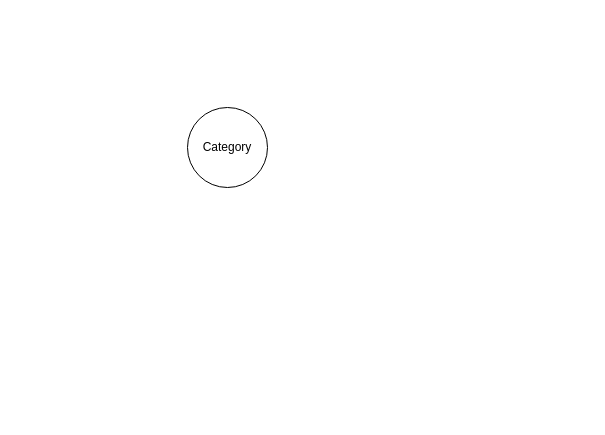
ganisback/draw.io keeps this draw.io diagram as assets/Untitled Diagram.drawio. Above is the earlier version. Source tidied: cells renumbered, new cells numbered last; positions are measured from the earlier drawing's top-left corner, leaving out a move shared by most shapes. Both pictures are drawn from the tidied source at 100%, with x=0, y=0 at pixel (187, 107).
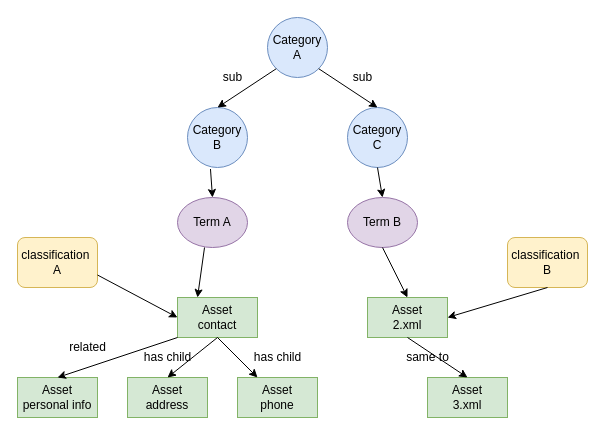
Above is the later version.

The edit, as a diff of the source:
```diff
@@
-    <mxCell id="2" value="Category" style="ellipse;whiteSpace=wrap;html=1;" parent="1" vertex="1">
-      <mxGeometry width="80" height="80" as="geometry" />
+    <mxCell id="2" value="Category&lt;br&gt;B" style="ellipse;whiteSpace=wrap;html=1;fillColor=#dae8fc;strokeColor=#6c8ebf;" parent="1" vertex="1">
+      <mxGeometry width="60" height="60" as="geometry" />
     </mxCell>
+    <mxCell id="3" value="Term A" style="ellipse;whiteSpace=wrap;html=1;fillColor=#e1d5e7;strokeColor=#9673a6;" parent="1" vertex="1">
+      <mxGeometry x="-10" y="90" width="70" height="50" as="geometry" />
+    </mxCell>
+    <mxCell id="4" value="Term B" style="ellipse;whiteSpace=wrap;html=1;fillColor=#e1d5e7;strokeColor=#9673a6;" parent="1" vertex="1">
+      <mxGeometry x="160" y="90" width="70" height="50" as="geometry" />
+    </mxCell>
+    <mxCell id="5" value="Asset&lt;br&gt;contact" style="rounded=0;whiteSpace=wrap;html=1;fillColor=#d5e8d4;strokeColor=#82b366;" parent="1" vertex="1">
+      <mxGeometry x="-10" y="190" width="80" height="40" as="geometry" />
+    </mxCell>
+    <mxCell id="6" value="Asset&lt;br&gt;2.xml" style="rounded=0;whiteSpace=wrap;html=1;fillColor=#d5e8d4;strokeColor=#82b366;" parent="1" vertex="1">
+      <mxGeometry x="180" y="190" width="80" height="40" as="geometry" />
+    </mxCell>
+    <mxCell id="7" value="Asset&lt;br&gt;address" style="rounded=0;whiteSpace=wrap;html=1;fillColor=#d5e8d4;strokeColor=#82b366;" parent="1" vertex="1">
+      <mxGeometry x="-60" y="270" width="80" height="40" as="geometry" />
+    </mxCell>
+    <mxCell id="8" value="Asset&lt;br&gt;phone" style="rounded=0;whiteSpace=wrap;html=1;fillColor=#d5e8d4;strokeColor=#82b366;" parent="1" vertex="1">
+      <mxGeometry x="50" y="270" width="80" height="40" as="geometry" />
+    </mxCell>
+    <mxCell id="9" style="endArrow=classic;html=1;rounded=0;exitX=0.5;exitY=1;exitDx=0;exitDy=0;entryX=0.5;entryY=0;entryDx=0;entryDy=0;" parent="1" edge="1" source="5" target="7">
+      <mxGeometry relative="1" as="geometry" />
+    </mxCell>
+    <mxCell id="10" value="has child" style="text;html=1;align=center;verticalAlign=middle;strokeColor=none;fillColor=none;" parent="1" vertex="1">
+      <mxGeometry x="-50" y="240" width="60" height="20" as="geometry" />
+    </mxCell>
+    <mxCell id="11" style="endArrow=classic;html=1;rounded=0;exitX=0.5;exitY=1;exitDx=0;exitDy=0;entryX=0.25;entryY=0;entryDx=0;entryDy=0;" parent="1" edge="1" source="5" target="8">
+      <mxGeometry relative="1" as="geometry" />
+    </mxCell>
+    <mxCell id="12" value="has child" style="text;html=1;align=center;verticalAlign=middle;strokeColor=none;fillColor=none;" parent="1" vertex="1">
+      <mxGeometry x="60" y="240" width="60" height="20" as="geometry" />
+    </mxCell>
+    <mxCell id="13" style="endArrow=classic;html=1;rounded=0;exitX=0.386;exitY=1;exitDx=0;exitDy=0;exitPerimeter=0;entryX=0.25;entryY=0;entryDx=0;entryDy=0;" parent="1" edge="1" source="3" target="5">
+      <mxGeometry relative="1" as="geometry" />
+    </mxCell>
+    <mxCell id="14" style="endArrow=classic;html=1;rounded=0;exitX=0.5;exitY=1;exitDx=0;exitDy=0;entryX=0.5;entryY=0;entryDx=0;entryDy=0;" parent="1" edge="1" source="4" target="6">
+      <mxGeometry relative="1" as="geometry" />
+    </mxCell>
+    <mxCell id="15" value="Asset&lt;br&gt;personal info" style="rounded=0;whiteSpace=wrap;html=1;fillColor=#d5e8d4;strokeColor=#82b366;" parent="1" vertex="1">
+      <mxGeometry x="-170" y="270" width="80" height="40" as="geometry" />
+    </mxCell>
+    <mxCell id="16" style="endArrow=classic;html=1;rounded=0;exitX=0;exitY=1;exitDx=0;exitDy=0;entryX=0.5;entryY=0;entryDx=0;entryDy=0;" parent="1" edge="1" source="5" target="15">
+      <mxGeometry relative="1" as="geometry" />
+    </mxCell>
+    <mxCell id="17" value="related" style="text;html=1;align=center;verticalAlign=middle;strokeColor=none;fillColor=none;" parent="1" vertex="1">
+      <mxGeometry x="-125" y="230" width="50" height="20" as="geometry" />
+    </mxCell>
+    <mxCell id="18" value="Asset&lt;br&gt;3.xml" style="rounded=0;whiteSpace=wrap;html=1;fillColor=#d5e8d4;strokeColor=#82b366;" parent="1" vertex="1">
+      <mxGeometry x="240" y="270" width="80" height="40" as="geometry" />
+    </mxCell>
+    <mxCell id="19" style="endArrow=classic;html=1;rounded=0;exitX=0.5;exitY=1;exitDx=0;exitDy=0;entryX=0.5;entryY=0;entryDx=0;entryDy=0;" parent="1" edge="1" source="6" target="18">
+      <mxGeometry relative="1" as="geometry" />
+    </mxCell>
+    <mxCell id="20" value="same to" style="text;html=1;align=center;verticalAlign=middle;strokeColor=none;fillColor=none;" parent="1" vertex="1">
+      <mxGeometry x="210" y="240" width="60" height="20" as="geometry" />
+    </mxCell>
+    <mxCell id="21" value="classification&amp;nbsp;&lt;br&gt;A" style="rounded=1;whiteSpace=wrap;html=1;fillColor=#fff2cc;strokeColor=#d6b656;" parent="1" vertex="1">
+      <mxGeometry x="-170" y="130" width="80" height="50" as="geometry" />
+    </mxCell>
+    <mxCell id="22" value="classification&amp;nbsp;&lt;br&gt;B" style="rounded=1;whiteSpace=wrap;html=1;fillColor=#fff2cc;strokeColor=#d6b656;" parent="1" vertex="1">
+      <mxGeometry x="320" y="130" width="80" height="50" as="geometry" />
+    </mxCell>
+    <mxCell id="23" style="endArrow=classic;html=1;rounded=0;exitX=1;exitY=0.75;exitDx=0;exitDy=0;entryX=0;entryY=0.5;entryDx=0;entryDy=0;" parent="1" edge="1" source="21" target="5">
+      <mxGeometry relative="1" as="geometry" />
+    </mxCell>
+    <mxCell id="24" style="endArrow=classic;html=1;rounded=0;exitX=0.5;exitY=1;exitDx=0;exitDy=0;entryX=1;entryY=0.5;entryDx=0;entryDy=0;" parent="1" edge="1" source="22" target="6">
+      <mxGeometry relative="1" as="geometry" />
+    </mxCell>
+    <mxCell id="25" value="Category&lt;br&gt;C" style="ellipse;whiteSpace=wrap;html=1;fillColor=#dae8fc;strokeColor=#6c8ebf;" parent="1" vertex="1">
+      <mxGeometry x="160" width="60" height="60" as="geometry" />
+    </mxCell>
+    <mxCell id="26" value="Category&lt;br&gt;A" style="ellipse;whiteSpace=wrap;html=1;fillColor=#dae8fc;strokeColor=#6c8ebf;" parent="1" vertex="1">
+      <mxGeometry x="80" y="-90" width="60" height="60" as="geometry" />
+    </mxCell>
+    <mxCell id="27" style="endArrow=classic;html=1;rounded=0;exitX=0;exitY=1;exitDx=0;exitDy=0;entryX=0.5;entryY=0;entryDx=0;entryDy=0;" parent="1" edge="1" source="26" target="2">
+      <mxGeometry relative="1" as="geometry" />
+    </mxCell>
+    <mxCell id="28" style="endArrow=classic;html=1;rounded=0;exitX=1;exitY=1;exitDx=0;exitDy=0;entryX=0.5;entryY=0;entryDx=0;entryDy=0;" parent="1" edge="1" source="26" target="25">
+      <mxGeometry relative="1" as="geometry" />
+    </mxCell>
+    <mxCell id="29" style="endArrow=classic;html=1;rounded=0;exitX=0.383;exitY=1.025;exitDx=0;exitDy=0;exitPerimeter=0;entryX=0.5;entryY=0;entryDx=0;entryDy=0;" parent="1" edge="1" source="2" target="3">
+      <mxGeometry relative="1" as="geometry" />
+    </mxCell>
+    <mxCell id="30" style="endArrow=classic;html=1;rounded=0;exitX=0.5;exitY=1;exitDx=0;exitDy=0;entryX=0.5;entryY=0;entryDx=0;entryDy=0;" parent="1" edge="1" source="25" target="4">
+      <mxGeometry relative="1" as="geometry" />
+    </mxCell>
+    <mxCell id="31" value="sub" style="text;html=1;align=center;verticalAlign=middle;strokeColor=none;fillColor=none;" parent="1" vertex="1">
+      <mxGeometry x="30" y="-40" width="30" height="20" as="geometry" />
+    </mxCell>
+    <mxCell id="32" value="sub" style="text;html=1;align=center;verticalAlign=middle;strokeColor=none;fillColor=none;" parent="1" vertex="1">
+      <mxGeometry x="160" y="-40" width="30" height="20" as="geometry" />
+    </mxCell>
```
